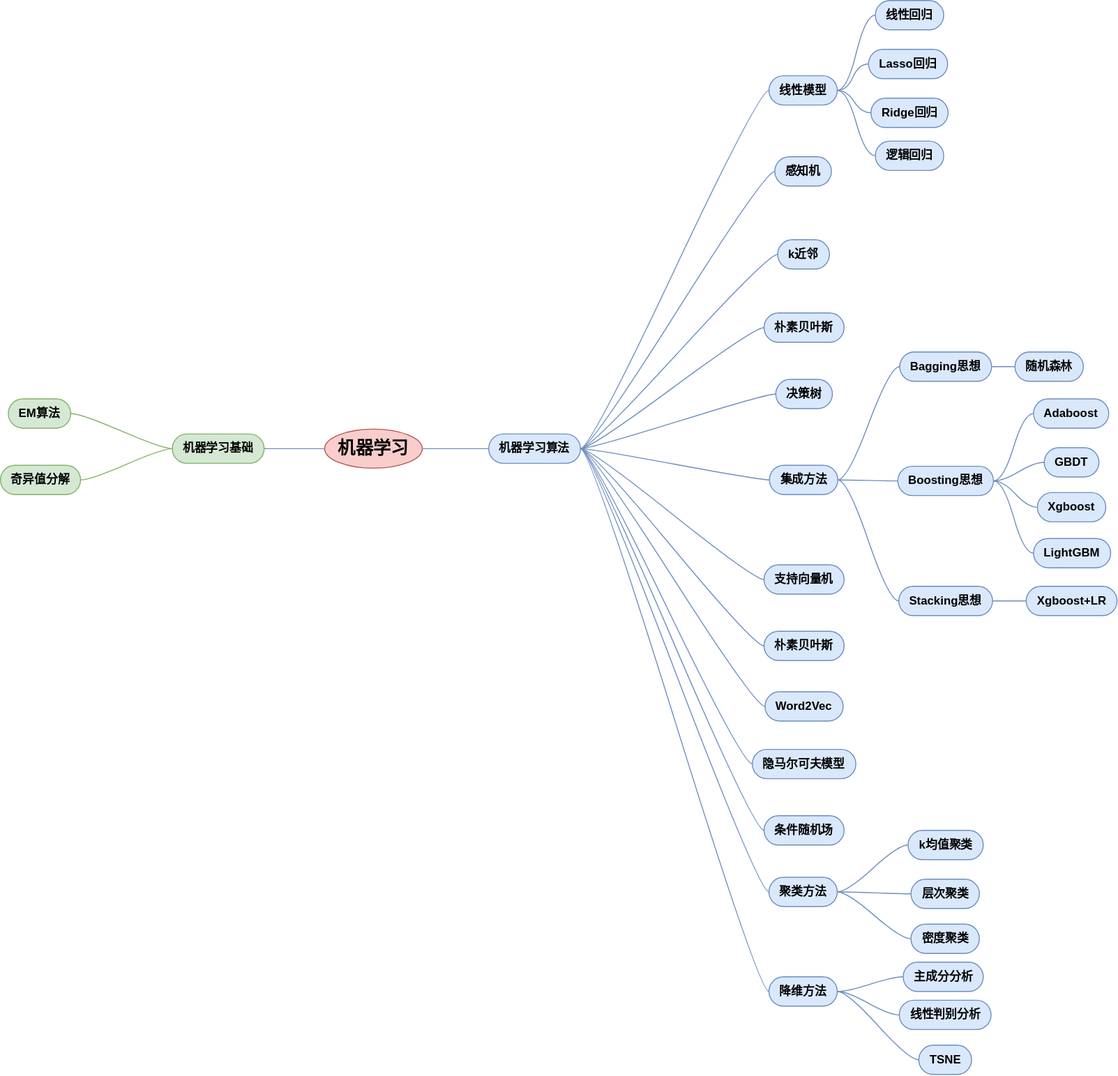
itmorn/AI.handbook keeps this draw.io diagram as imgs/machine_learning.drawio.svg. Above is the earlier version. Source tidied: cells renumbered, new cells last; positions are measured from the earlier drawing's top-left corner, leaving out a move shared by most shapes.
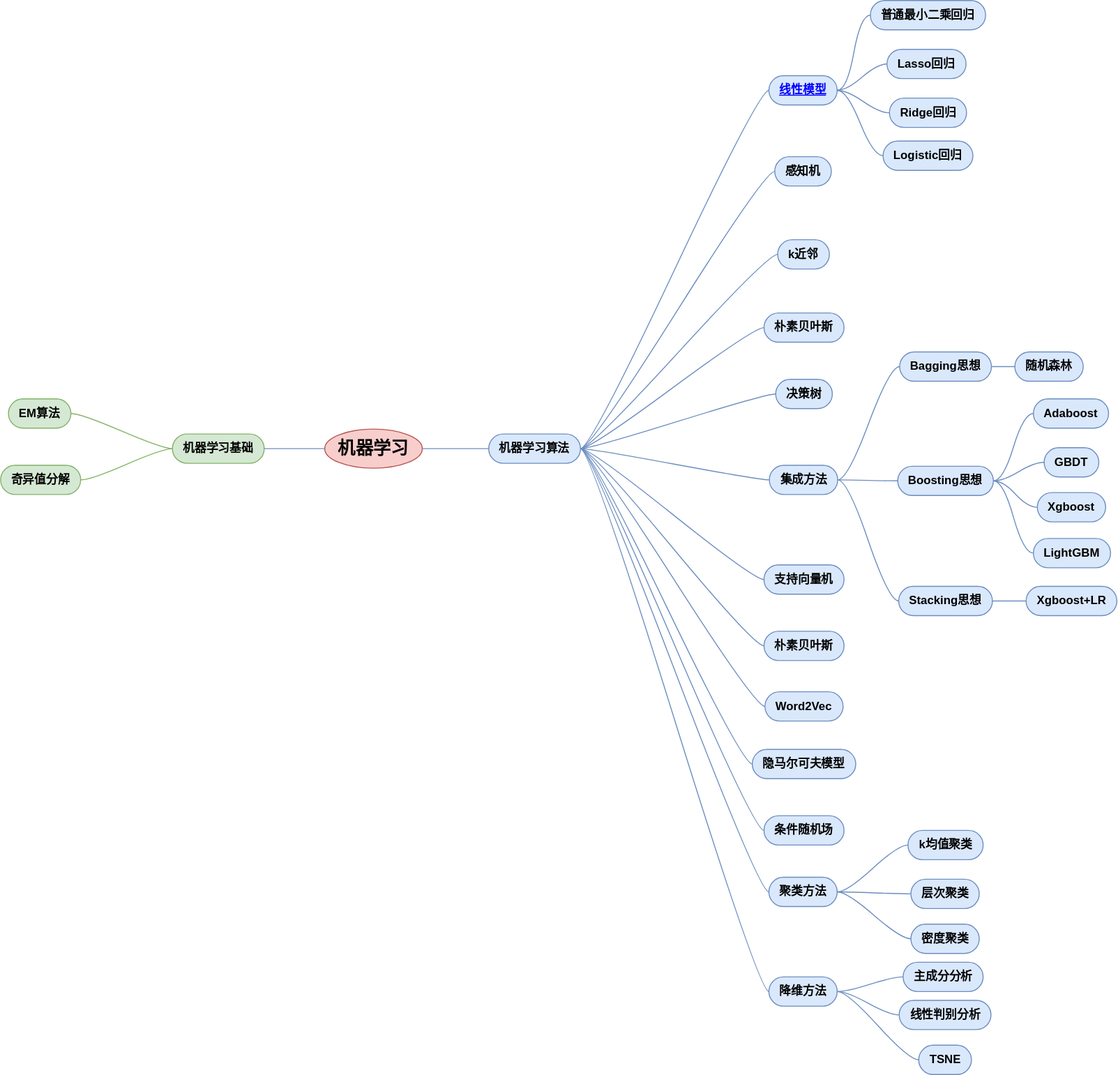
After the change.

What changed in the source:
```diff
@@ -17,26 +17,26 @@
     <mxCell id="6" style="edgeStyle=entityRelationEdgeStyle;startArrow=none;endArrow=none;segment=10;curved=1;sourcePerimeterSpacing=0;targetPerimeterSpacing=0;rounded=0;fontStyle=1;fillColor=#dae8fc;strokeColor=#6c8ebf;" parent="1" edge="1" source="2" target="5">
       <mxGeometry relative="1" as="geometry" />
     </mxCell>
-    <mxCell id="7" value="线性模型" style="whiteSpace=wrap;html=1;rounded=1;arcSize=50;align=center;verticalAlign=middle;strokeWidth=1;spacing=4;newEdgeStyle={&quot;edgeStyle&quot;:&quot;entityRelationEdgeStyle&quot;,&quot;startArrow&quot;:&quot;none&quot;,&quot;endArrow&quot;:&quot;none&quot;,&quot;segment&quot;:10,&quot;curved&quot;:1,&quot;sourcePerimeterSpacing&quot;:0,&quot;targetPerimeterSpacing&quot;:0};fillColor=#dae8fc;strokeColor=#6c8ebf;fontStyle=1;" parent="1" vertex="1">
+    <mxCell id="7" value="线性模型" style="whiteSpace=wrap;html=1;rounded=1;arcSize=50;align=center;verticalAlign=middle;strokeWidth=1;spacing=4;newEdgeStyle={&quot;edgeStyle&quot;:&quot;entityRelationEdgeStyle&quot;,&quot;startArrow&quot;:&quot;none&quot;,&quot;endArrow&quot;:&quot;none&quot;,&quot;segment&quot;:10,&quot;curved&quot;:1,&quot;sourcePerimeterSpacing&quot;:0,&quot;targetPerimeterSpacing&quot;:0};fillColor=#dae8fc;strokeColor=#6c8ebf;fontStyle=5;fontColor=#0000FF;" parent="1" vertex="1">
       <mxGeometry x="787" y="77" width="70" height="30" as="geometry" />
     </mxCell>
     <mxCell id="8" style="edgeStyle=entityRelationEdgeStyle;startArrow=none;endArrow=none;segment=10;curved=1;sourcePerimeterSpacing=0;targetPerimeterSpacing=0;rounded=0;fontStyle=1;fillColor=#dae8fc;strokeColor=#6c8ebf;" parent="1" edge="1" source="5" target="7">
       <mxGeometry relative="1" as="geometry" />
     </mxCell>
-    <mxCell id="9" value="线性回归" style="whiteSpace=wrap;html=1;rounded=1;arcSize=50;align=center;verticalAlign=middle;strokeWidth=1;spacing=4;newEdgeStyle={&quot;edgeStyle&quot;:&quot;entityRelationEdgeStyle&quot;,&quot;startArrow&quot;:&quot;none&quot;,&quot;endArrow&quot;:&quot;none&quot;,&quot;segment&quot;:10,&quot;curved&quot;:1,&quot;sourcePerimeterSpacing&quot;:0,&quot;targetPerimeterSpacing&quot;:0};fillColor=#dae8fc;strokeColor=#6c8ebf;fontStyle=1;" parent="1" vertex="1">
-      <mxGeometry x="896" width="70" height="30" as="geometry" />
+    <mxCell id="9" value="普通最小二乘回归" style="whiteSpace=wrap;html=1;rounded=1;arcSize=50;align=center;verticalAlign=middle;strokeWidth=1;spacing=4;newEdgeStyle={&quot;edgeStyle&quot;:&quot;entityRelationEdgeStyle&quot;,&quot;startArrow&quot;:&quot;none&quot;,&quot;endArrow&quot;:&quot;none&quot;,&quot;segment&quot;:10,&quot;curved&quot;:1,&quot;sourcePerimeterSpacing&quot;:0,&quot;targetPerimeterSpacing&quot;:0};fillColor=#dae8fc;strokeColor=#6c8ebf;fontStyle=1;" parent="1" vertex="1">
+      <mxGeometry x="891" width="118" height="30" as="geometry" />
     </mxCell>
     <mxCell id="10" style="edgeStyle=entityRelationEdgeStyle;startArrow=none;endArrow=none;segment=10;curved=1;sourcePerimeterSpacing=0;targetPerimeterSpacing=0;rounded=0;fontStyle=1;fillColor=#dae8fc;strokeColor=#6c8ebf;" parent="1" edge="1" source="7" target="9">
       <mxGeometry relative="1" as="geometry" />
     </mxCell>
     <mxCell id="11" value="Lasso回归" style="whiteSpace=wrap;html=1;rounded=1;arcSize=50;align=center;verticalAlign=middle;strokeWidth=1;spacing=4;newEdgeStyle={&quot;edgeStyle&quot;:&quot;entityRelationEdgeStyle&quot;,&quot;startArrow&quot;:&quot;none&quot;,&quot;endArrow&quot;:&quot;none&quot;,&quot;segment&quot;:10,&quot;curved&quot;:1,&quot;sourcePerimeterSpacing&quot;:0,&quot;targetPerimeterSpacing&quot;:0};fillColor=#dae8fc;strokeColor=#6c8ebf;fontStyle=1;" parent="1" vertex="1">
-      <mxGeometry x="889" y="50" width="81" height="30" as="geometry" />
+      <mxGeometry x="908" y="50" width="81" height="30" as="geometry" />
     </mxCell>
     <mxCell id="12" style="edgeStyle=entityRelationEdgeStyle;startArrow=none;endArrow=none;segment=10;curved=1;sourcePerimeterSpacing=0;targetPerimeterSpacing=0;rounded=0;fontStyle=1;fillColor=#dae8fc;strokeColor=#6c8ebf;" parent="1" edge="1" source="7" target="11">
       <mxGeometry relative="1" as="geometry" />
     </mxCell>
     <mxCell id="13" value="Ridge回归" style="whiteSpace=wrap;html=1;rounded=1;arcSize=50;align=center;verticalAlign=middle;strokeWidth=1;spacing=4;newEdgeStyle={&quot;edgeStyle&quot;:&quot;entityRelationEdgeStyle&quot;,&quot;startArrow&quot;:&quot;none&quot;,&quot;endArrow&quot;:&quot;none&quot;,&quot;segment&quot;:10,&quot;curved&quot;:1,&quot;sourcePerimeterSpacing&quot;:0,&quot;targetPerimeterSpacing&quot;:0};fillColor=#dae8fc;strokeColor=#6c8ebf;fontStyle=1;" parent="1" vertex="1">
-      <mxGeometry x="891.5" y="100" width="79" height="30" as="geometry" />
+      <mxGeometry x="910.5" y="100" width="79" height="30" as="geometry" />
     </mxCell>
     <mxCell id="14" style="edgeStyle=entityRelationEdgeStyle;startArrow=none;endArrow=none;segment=10;curved=1;sourcePerimeterSpacing=0;targetPerimeterSpacing=0;rounded=0;fontStyle=1;fillColor=#dae8fc;strokeColor=#6c8ebf;" parent="1" edge="1" source="7" target="13">
       <mxGeometry relative="1" as="geometry" />
@@ -215,8 +215,8 @@
     <mxCell id="72" style="edgeStyle=entityRelationEdgeStyle;startArrow=none;endArrow=none;segment=10;curved=1;sourcePerimeterSpacing=0;targetPerimeterSpacing=0;rounded=0;fontStyle=1;fillColor=#dae8fc;strokeColor=#6c8ebf;" parent="1" edge="1" source="65" target="71">
       <mxGeometry relative="1" as="geometry" />
     </mxCell>
-    <mxCell id="73" value="逻辑回归" style="whiteSpace=wrap;html=1;rounded=1;arcSize=50;align=center;verticalAlign=middle;strokeWidth=1;spacing=4;newEdgeStyle={&quot;edgeStyle&quot;:&quot;entityRelationEdgeStyle&quot;,&quot;startArrow&quot;:&quot;none&quot;,&quot;endArrow&quot;:&quot;none&quot;,&quot;segment&quot;:10,&quot;curved&quot;:1,&quot;sourcePerimeterSpacing&quot;:0,&quot;targetPerimeterSpacing&quot;:0};fillColor=#dae8fc;strokeColor=#6c8ebf;fontStyle=1;" parent="1" vertex="1">
-      <mxGeometry x="896" y="144" width="70" height="30" as="geometry" />
+    <mxCell id="73" value="Logistic回归" style="whiteSpace=wrap;html=1;rounded=1;arcSize=50;align=center;verticalAlign=middle;strokeWidth=1;spacing=4;newEdgeStyle={&quot;edgeStyle&quot;:&quot;entityRelationEdgeStyle&quot;,&quot;startArrow&quot;:&quot;none&quot;,&quot;endArrow&quot;:&quot;none&quot;,&quot;segment&quot;:10,&quot;curved&quot;:1,&quot;sourcePerimeterSpacing&quot;:0,&quot;targetPerimeterSpacing&quot;:0};fillColor=#dae8fc;strokeColor=#6c8ebf;fontStyle=1;" parent="1" vertex="1">
+      <mxGeometry x="904" y="144" width="92" height="30" as="geometry" />
     </mxCell>
     <mxCell id="74" style="edgeStyle=entityRelationEdgeStyle;startArrow=none;endArrow=none;segment=10;curved=1;sourcePerimeterSpacing=0;targetPerimeterSpacing=0;rounded=0;fontStyle=1;fillColor=#dae8fc;strokeColor=#6c8ebf;" parent="1" edge="1" source="7" target="73">
       <mxGeometry relative="1" as="geometry" />
```
